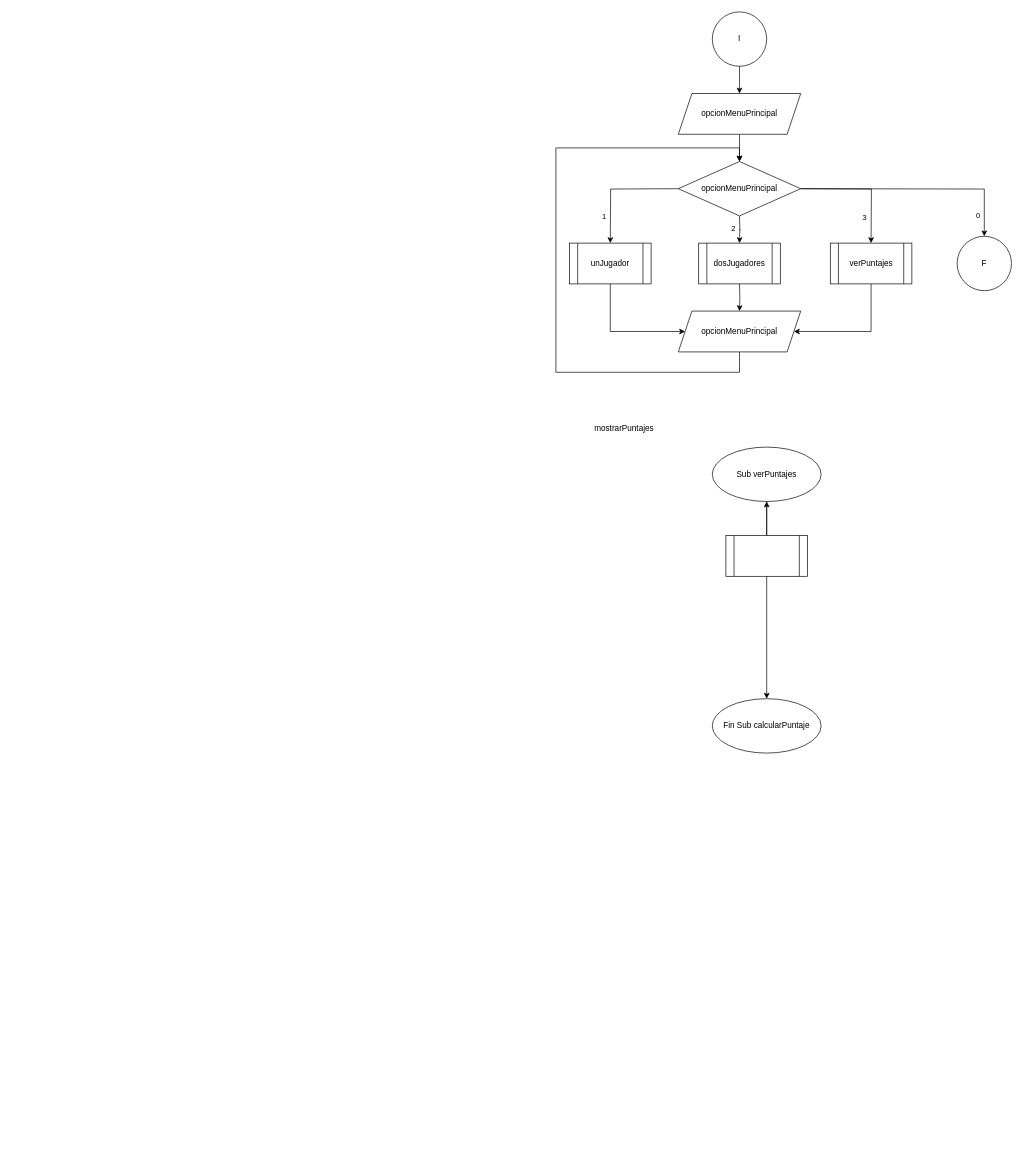
The draw.io diagram diagrama de flujo.drawio in sirnas1983/utn.tup.progra1.tp2, before the edit. Source tidied: cells renumbered, new cells numbered last; positions are measured from the earlier drawing's top-left corner, leaving out a move shared by most shapes. Both pictures are drawn from the tidied source at 68%, with x=0, y=0 at pixel (556, 12).
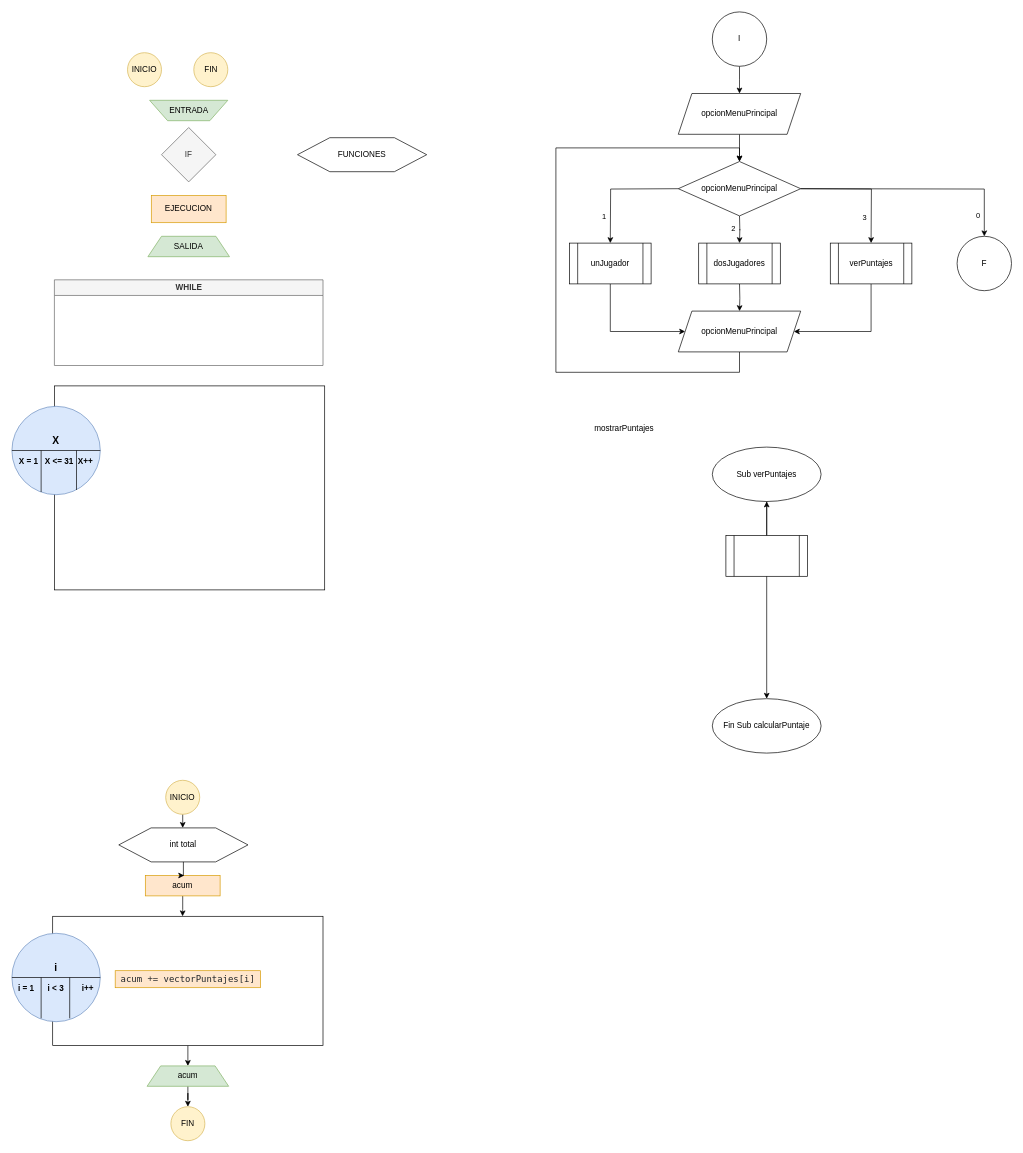
The same diagram, later.

What changed in the source:
```diff
@@
+    <mxCell id="30" value="EJECUCION" style="rounded=0;whiteSpace=wrap;html=1;fillColor=#ffe6cc;strokeColor=#d79b00;" parent="1" vertex="1">
+      <mxGeometry x="-595" y="270" width="110" height="40" as="geometry" />
+    </mxCell>
+    <mxCell id="31" value="SALIDA" style="shape=trapezoid;perimeter=trapezoidPerimeter;whiteSpace=wrap;html=1;fixedSize=1;fillColor=#d5e8d4;strokeColor=#82b366;" parent="1" vertex="1">
+      <mxGeometry x="-600" y="330" width="120" height="30" as="geometry" />
+    </mxCell>
+    <mxCell id="32" value="INICIO" style="ellipse;whiteSpace=wrap;html=1;fillColor=#fff2cc;strokeColor=#d6b656;" parent="1" vertex="1">
+      <mxGeometry x="-630" y="60" width="50" height="50" as="geometry" />
+    </mxCell>
+    <mxCell id="33" value="IF" style="rhombus;whiteSpace=wrap;html=1;fillColor=#f5f5f5;strokeColor=#666666;fontColor=#333333;" parent="1" vertex="1">
+      <mxGeometry x="-580" y="170" width="80" height="80" as="geometry" />
+    </mxCell>
+    <mxCell id="34" value="ENTRADA" style="verticalLabelPosition=middle;verticalAlign=middle;html=1;shape=trapezoid;perimeter=trapezoidPerimeter;whiteSpace=wrap;size=0.23;arcSize=10;flipV=1;labelPosition=center;align=center;fillColor=#d5e8d4;strokeColor=#82b366;" parent="1" vertex="1">
+      <mxGeometry x="-597.5" y="130" width="115" height="30" as="geometry" />
+    </mxCell>
+    <mxCell id="35" value="FIN" style="ellipse;whiteSpace=wrap;html=1;fillColor=#fff2cc;strokeColor=#d6b656;" parent="1" vertex="1">
+      <mxGeometry x="-532.5" y="60" width="50" height="50" as="geometry" />
+    </mxCell>
+    <mxCell id="36" value="WHILE" style="swimlane;whiteSpace=wrap;html=1;fillColor=#f5f5f5;fontColor=#333333;strokeColor=#666666;" parent="1" vertex="1">
+      <mxGeometry x="-737.5" y="394" width="395" height="126" as="geometry" />
+    </mxCell>
+    <mxCell id="37" style="rounded=0;whiteSpace=wrap;html=1;" parent="1" vertex="1">
+      <mxGeometry x="-737.5" y="550" width="397.5" height="300" as="geometry" />
+    </mxCell>
+    <mxCell id="38" value="&lt;b&gt;&lt;font style=&quot;font-size: 15px;&quot;&gt;X&lt;/font&gt;&lt;/b&gt;&lt;br&gt;&lt;br&gt;&lt;b&gt;X = 1&amp;nbsp; &amp;nbsp;X &amp;lt;= 31&amp;nbsp; X++&lt;/b&gt;" style="ellipse;whiteSpace=wrap;html=1;fillColor=#dae8fc;strokeColor=#6c8ebf;" parent="1" vertex="1">
+      <mxGeometry x="-800" y="580" width="130" height="130" as="geometry" />
+    </mxCell>
+    <mxCell id="39" style="line;strokeWidth=1;html=1;perimeter=backbonePerimeter;" parent="1" vertex="1">
+      <mxGeometry x="-800" y="640" width="130" height="10" as="geometry" />
+    </mxCell>
+    <mxCell id="40" style="line;strokeWidth=1;direction=south;html=1;" parent="1" vertex="1">
+      <mxGeometry x="-762" y="645" width="10" height="61" as="geometry" />
+    </mxCell>
+    <mxCell id="41" style="line;strokeWidth=1;direction=south;html=1;" parent="1" vertex="1">
+      <mxGeometry x="-710" y="645" width="10" height="58" as="geometry" />
+    </mxCell>
+    <mxCell id="42" value="FUNCIONES" style="shape=hexagon;perimeter=hexagonPerimeter2;whiteSpace=wrap;html=1;size=0.25;" parent="1" vertex="1">
+      <mxGeometry x="-380" y="185" width="190" height="50" as="geometry" />
+    </mxCell>
+    <mxCell id="43" style="edgeStyle=orthogonalEdgeStyle;rounded=0;jettySize=auto;html=1;" parent="1" edge="1" source="44" target="58">
+      <mxGeometry relative="1" as="geometry" />
+    </mxCell>
+    <mxCell id="44" style="rounded=0;whiteSpace=wrap;html=1;" parent="1" vertex="1">
+      <mxGeometry x="-740" y="1330" width="397.5" height="190" as="geometry" />
+    </mxCell>
+    <mxCell id="45" value="&lt;span style=&quot;font-size: 15px;&quot;&gt;&lt;b&gt;i&lt;/b&gt;&lt;/span&gt;&lt;br&gt;&lt;br&gt;&lt;b&gt;i = 1&amp;nbsp; &amp;nbsp; &amp;nbsp; i &amp;lt; 3&amp;nbsp; &amp;nbsp; &amp;nbsp; &amp;nbsp; i++&lt;/b&gt;" style="ellipse;whiteSpace=wrap;html=1;fillColor=#dae8fc;strokeColor=#6c8ebf;" parent="1" vertex="1">
+      <mxGeometry x="-800" y="1355" width="130" height="130" as="geometry" />
+    </mxCell>
+    <mxCell id="46" style="line;strokeWidth=1;html=1;perimeter=backbonePerimeter;" parent="1" vertex="1">
+      <mxGeometry x="-800" y="1415" width="130" height="10" as="geometry" />
+    </mxCell>
+    <mxCell id="47" style="line;strokeWidth=1;direction=south;html=1;" parent="1" vertex="1">
+      <mxGeometry x="-762" y="1420" width="10" height="60" as="geometry" />
+    </mxCell>
+    <mxCell id="48" style="line;strokeWidth=1;direction=south;html=1;" parent="1" vertex="1">
+      <mxGeometry x="-720" y="1420" width="10" height="60" as="geometry" />
+    </mxCell>
+    <mxCell id="49" style="edgeStyle=orthogonalEdgeStyle;rounded=0;jettySize=auto;html=1;entryX=0.492;entryY=0.004;entryDx=0;entryDy=0;entryPerimeter=0;" parent="1" edge="1" source="50" target="54">
+      <mxGeometry relative="1" as="geometry" />
+    </mxCell>
+    <mxCell id="50" value="INICIO" style="ellipse;whiteSpace=wrap;html=1;fillColor=#fff2cc;strokeColor=#d6b656;" parent="1" vertex="1">
+      <mxGeometry x="-573.8" y="1130" width="50" height="50" as="geometry" />
+    </mxCell>
+    <mxCell id="51" value="FIN" style="ellipse;whiteSpace=wrap;html=1;fillColor=#fff2cc;strokeColor=#d6b656;" parent="1" vertex="1">
+      <mxGeometry x="-566.2" y="1610" width="50" height="50" as="geometry" />
+    </mxCell>
+    <mxCell id="52" style="edgeStyle=orthogonalEdgeStyle;rounded=0;jettySize=auto;html=1;" parent="1" edge="1" source="53">
+      <mxGeometry relative="1" as="geometry">
+        <mxPoint x="-549" y="1330" as="targetPoint" />
+      </mxGeometry>
+    </mxCell>
+    <mxCell id="53" value="acum" style="rounded=0;whiteSpace=wrap;html=1;fillColor=#ffe6cc;strokeColor=#d79b00;" parent="1" vertex="1">
+      <mxGeometry x="-603.8" y="1270" width="110" height="30" as="geometry" />
+    </mxCell>
+    <mxCell id="54" value="int total" style="shape=hexagon;perimeter=hexagonPerimeter2;whiteSpace=wrap;html=1;size=0.25;" parent="1" vertex="1">
+      <mxGeometry x="-642.8" y="1200" width="190" height="50" as="geometry" />
+    </mxCell>
+    <mxCell id="55" value="&lt;pre style=&quot;box-sizing: border-box; font-family: SFMono-Regular, Menlo, Monaco, Consolas, &amp;quot;Liberation Mono&amp;quot;, &amp;quot;Courier New&amp;quot;, monospace; font-size: 13.125px; margin-top: 0px; margin-bottom: 0px; overflow: auto; color: rgb(33, 37, 41); text-align: left; line-height: 16.4062px;&quot; id=&quot;yui_3_17_2_1_1719407686035_30&quot;&gt;acum &lt;span style=&quot;box-sizing: border-box; color: rgb(51, 51, 51);&quot;&gt;+=&lt;/span&gt; vectorPuntajes[i]&lt;/pre&gt;" style="rounded=0;whiteSpace=wrap;html=1;fillColor=#ffe6cc;strokeColor=#d79b00;" parent="1" vertex="1">
+      <mxGeometry x="-648.1" y="1410" width="213.8" height="25" as="geometry" />
+    </mxCell>
+    <mxCell id="56" style="edgeStyle=orthogonalEdgeStyle;rounded=0;jettySize=auto;html=1;entryX=0.519;entryY=-0.022;entryDx=0;entryDy=0;entryPerimeter=0;" parent="1" edge="1" source="54" target="53">
+      <mxGeometry relative="1" as="geometry" />
+    </mxCell>
+    <mxCell id="57" style="edgeStyle=orthogonalEdgeStyle;rounded=0;jettySize=auto;html=1;" parent="1" edge="1" source="58" target="51">
+      <mxGeometry relative="1" as="geometry" />
+    </mxCell>
+    <mxCell id="58" value="acum" style="shape=trapezoid;perimeter=trapezoidPerimeter;whiteSpace=wrap;html=1;fixedSize=1;fillColor=#d5e8d4;strokeColor=#82b366;" parent="1" vertex="1">
+      <mxGeometry x="-601.2" y="1550" width="120" height="30" as="geometry" />
+    </mxCell>
```
